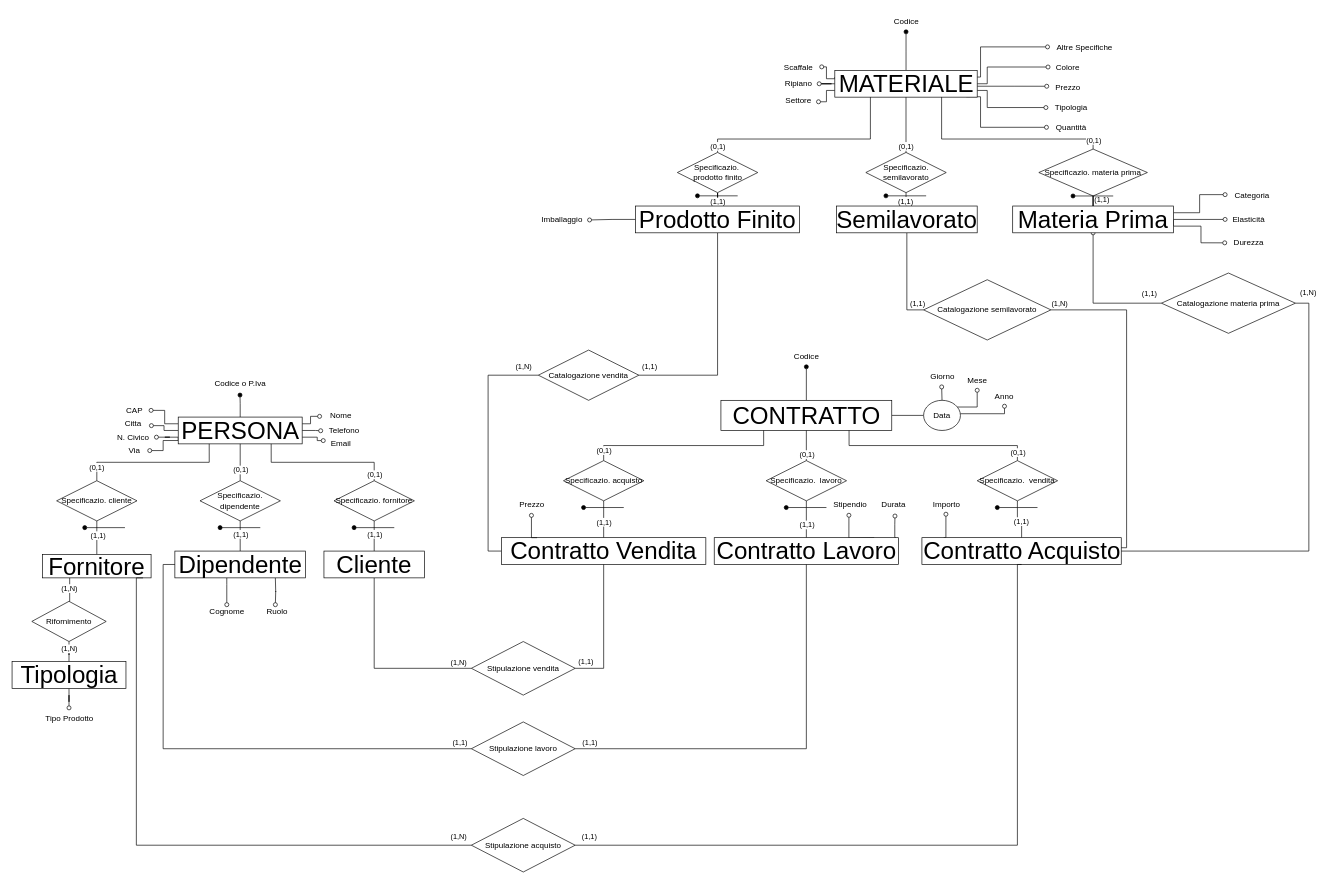
The draw.io diagram 3)Progettazione logica/MODELLO ER COMPLETO.drawio in mikecostanzi/ProgettoBasiDati, before the edit. Source tidied: cells renumbered, new cells numbered last; positions are measured from the earlier drawing's top-left corner, leaving out a move shared by most shapes. Both pictures are drawn from the tidied source at 67%, with x=0, y=0 at pixel (11, 11).
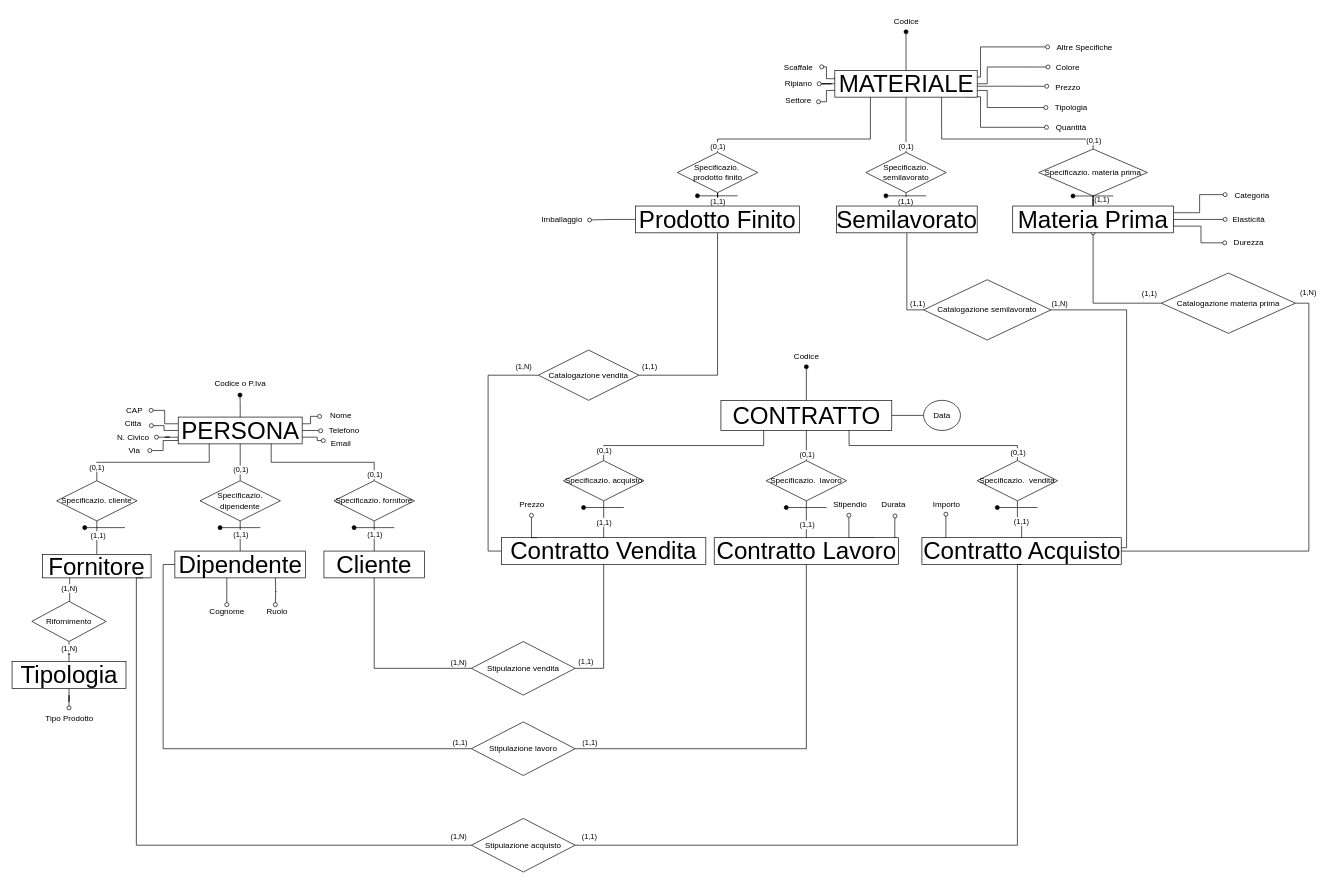
Above is the later version.

Commit message (it also covers changes not shown here):
Tolto giorno, mese, anno dallo schema finale

The change refers to these unchanged cells:
```xml
<mxCell id="60" value="Data" style="ellipse;whiteSpace=wrap;html=1;align=center;" parent="1" vertex="1">
  <mxGeometry x="1361" y="580" width="55" height="45" as="geometry" />
</mxCell>
```

Change to the diagram source:
```diff
@@
-    <mxCell id="57" style="edgeStyle=orthogonalEdgeStyle;rounded=0;jettySize=auto;html=1;endArrow=oval;endFill=0;" parent="1" edge="1" source="60">
-      <mxGeometry relative="1" as="geometry">
-        <mxPoint x="1388" y="560" as="targetPoint" />
-        <Array as="points">
-          <mxPoint x="1389" y="560" />
-        </Array>
-      </mxGeometry>
-    </mxCell>
-    <mxCell id="58" style="edgeStyle=orthogonalEdgeStyle;rounded=0;jettySize=auto;html=1;endArrow=oval;endFill=0;" parent="1" edge="1" source="60" target="62">
-      <mxGeometry relative="1" as="geometry">
-        <Array as="points">
-          <mxPoint x="1441" y="590" />
-        </Array>
-      </mxGeometry>
-    </mxCell>
-    <mxCell id="59" style="edgeStyle=orthogonalEdgeStyle;rounded=0;jettySize=auto;html=1;endArrow=oval;endFill=0;entryX=0.515;entryY=0.961;entryDx=0;entryDy=0;entryPerimeter=0;" parent="1" edge="1" source="60" target="63">
-      <mxGeometry relative="1" as="geometry">
-        <Array as="points">
-          <mxPoint x="1482" y="600" />
-        </Array>
-      </mxGeometry>
-    </mxCell>
@@
-    <mxCell id="61" value="Giorno" style="text;html=1;align=center;verticalAlign=middle;strokeColor=none;fillColor=none;" parent="1" vertex="1">
-      <mxGeometry x="1358.5" y="530" width="60" height="30" as="geometry" />
-    </mxCell>
-    <mxCell id="62" value="Mese" style="text;html=1;align=center;verticalAlign=middle;points=[];strokeColor=none;fillColor=none;" parent="1" vertex="1">
-      <mxGeometry x="1416" y="535" width="50" height="30" as="geometry" />
-    </mxCell>
-    <mxCell id="63" value="Anno" style="text;html=1;align=center;verticalAlign=middle;points=[];strokeColor=none;fillColor=none;" parent="1" vertex="1">
-      <mxGeometry x="1456" y="560" width="50" height="30" as="geometry" />
-    </mxCell>
```
